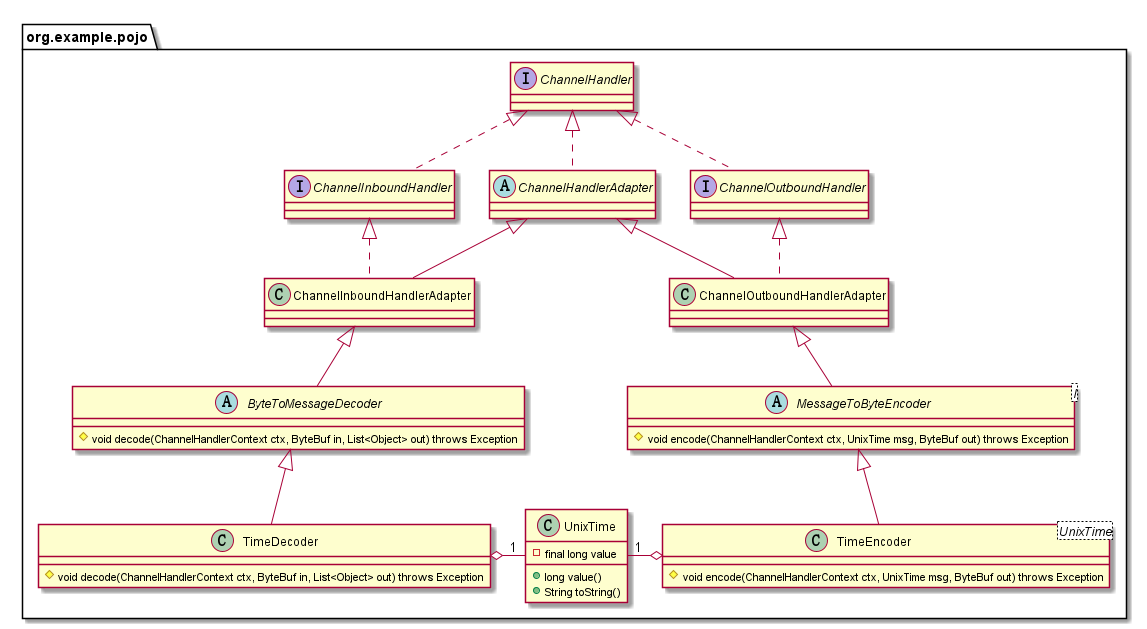
This is Week_03/netty-example/assets/uml/POJO-class-diagram.png from Du-Feng/JAVA-000, a PlantUML export, as it was before one commit.
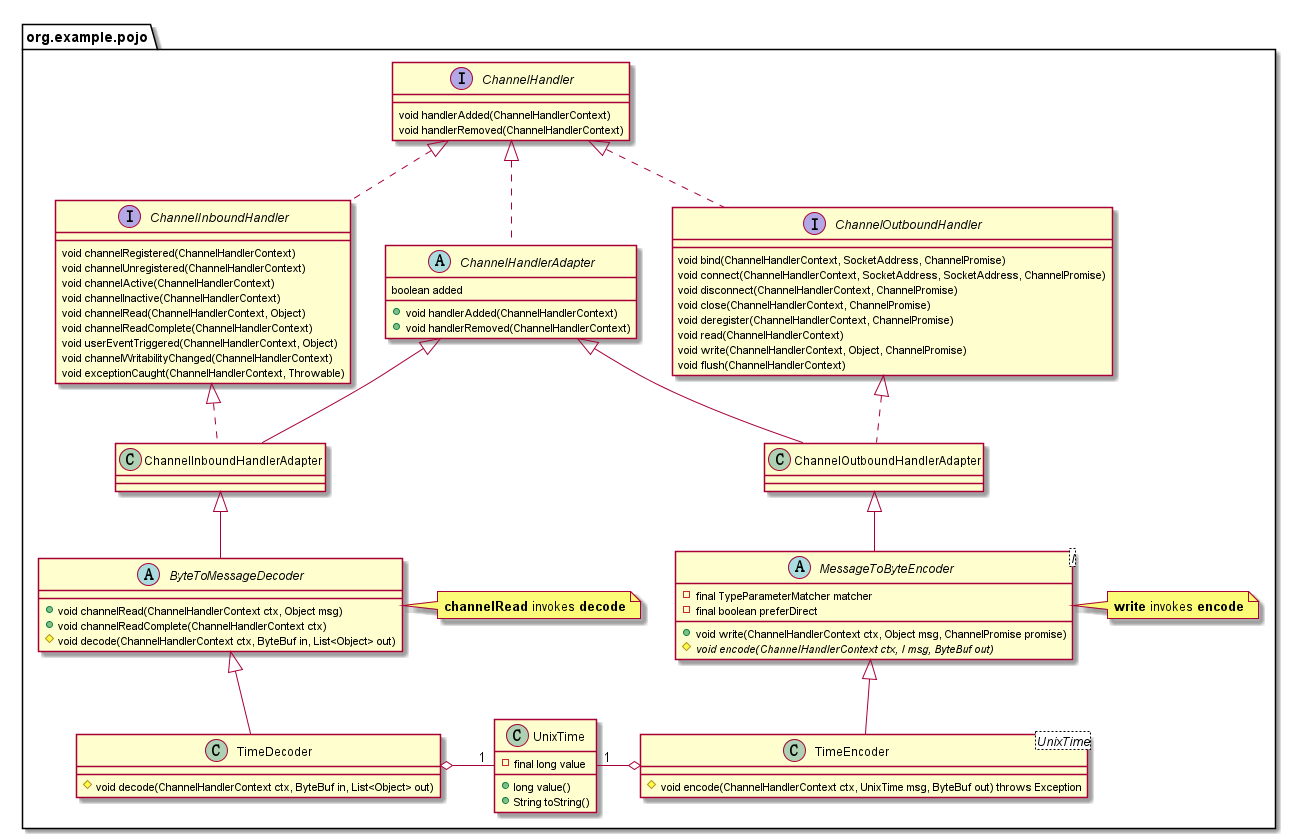
Later version of the same file.

Commit message:
Update the class diagram with more details.

What changed in the source:
```diff
@@ -7,11 +7,24 @@
     ChannelOutboundHandlerAdapter <|-- MessageToByteEncoder
     MessageToByteEncoder <|-- TimeEncoder
 
-    interface ChannelOutboundHandler { }
+    interface ChannelOutboundHandler {
+        void bind(ChannelHandlerContext, SocketAddress, ChannelPromise)
+        void connect(ChannelHandlerContext, SocketAddress, SocketAddress, ChannelPromise)
+        void disconnect(ChannelHandlerContext, ChannelPromise)
+        void close(ChannelHandlerContext, ChannelPromise)
+        void deregister(ChannelHandlerContext, ChannelPromise)
+        void read(ChannelHandlerContext)
+        void write(ChannelHandlerContext, Object, ChannelPromise)
+        void flush(ChannelHandlerContext)
+    }
     class ChannelOutboundHandlerAdapter { }
     abstract class MessageToByteEncoder<I> {
-        # void encode(ChannelHandlerContext ctx, UnixTime msg, ByteBuf out) throws Exception
+        - final TypeParameterMatcher matcher
+        - final boolean preferDirect
+    	+ void write(ChannelHandlerContext ctx, Object msg, ChannelPromise promise)
+    	# {abstract} void encode(ChannelHandlerContext ctx, I msg, ByteBuf out)
     }
+    note right of MessageToByteEncoder: <b>write</b> invokes <b>encode</b>
 
     class TimeEncoder<UnixTime> {
         # void encode(ChannelHandlerContext ctx, UnixTime msg, ByteBuf out) throws Exception
@@ -24,17 +37,43 @@
     ChannelInboundHandlerAdapter <|-- ByteToMessageDecoder
     ByteToMessageDecoder <|-- TimeDecoder
 
-    interface ChannelHandler { }
-    abstract class ChannelHandlerAdapter { }
-    interface ChannelInboundHandler { }
-    class ChannelInboundHandlerAdapter { }
-    abstract class ByteToMessageDecoder {
-        # void decode(ChannelHandlerContext ctx, ByteBuf in, List<Object> out) throws Exception
+    interface ChannelHandler {
+         void handlerAdded(ChannelHandlerContext)
+         void handlerRemoved(ChannelHandlerContext)
     }
 
+    abstract class ChannelHandlerAdapter {
+        boolean added
+
+        + void handlerAdded(ChannelHandlerContext)
+        + void handlerRemoved(ChannelHandlerContext)
+    }
+
+    interface ChannelInboundHandler {
+        void channelRegistered(ChannelHandlerContext)
+        void channelUnregistered(ChannelHandlerContext)
+        void channelActive(ChannelHandlerContext)
+        void channelInactive(ChannelHandlerContext)
+        void channelRead(ChannelHandlerContext, Object)
+        void channelReadComplete(ChannelHandlerContext)
+        void userEventTriggered(ChannelHandlerContext, Object)
+        void channelWritabilityChanged(ChannelHandlerContext)
+        void exceptionCaught(ChannelHandlerContext, Throwable)
+    }
+
+    class ChannelInboundHandlerAdapter { }
+
+    abstract class ByteToMessageDecoder {
+        + void channelRead(ChannelHandlerContext ctx, Object msg)
+        + void channelReadComplete(ChannelHandlerContext ctx)
+        # void decode(ChannelHandlerContext ctx, ByteBuf in, List<Object> out)
+    }
+    note right of ByteToMessageDecoder : <b>channelRead</b> invokes <b>decode</b>
+
     class TimeDecoder {
-        # void decode(ChannelHandlerContext ctx, ByteBuf in, List<Object> out) throws Exception
+        # void decode(ChannelHandlerContext ctx, ByteBuf in, List<Object> out)
     }
+
 
     TimeEncoder o-left-"1" UnixTime
     TimeDecoder o-right-"1" UnixTime
```
